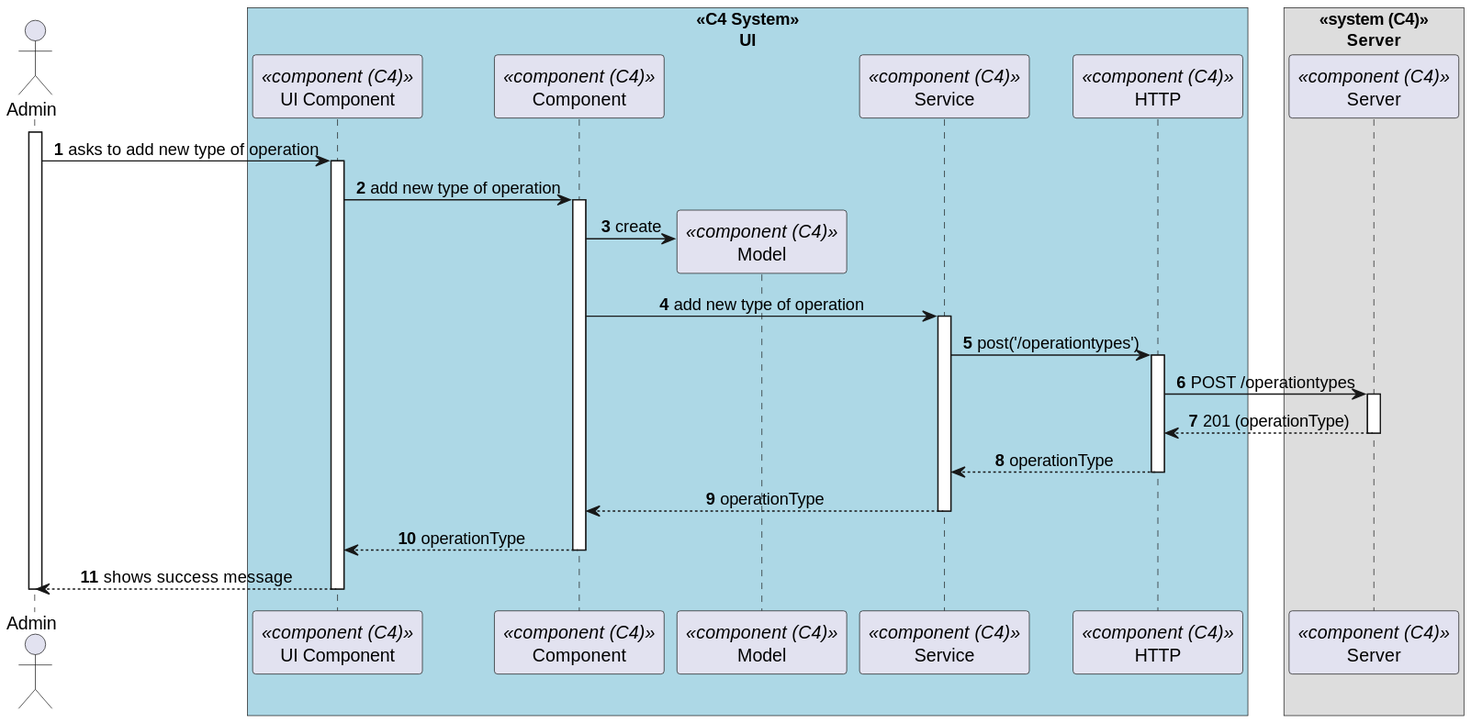
1220846/sem5pi-24-25-3ddg20 keeps this PlantUML diagram as docs/sprint-b/us-6.2.18/views/level3/process-view.svg. Above is the earlier version.
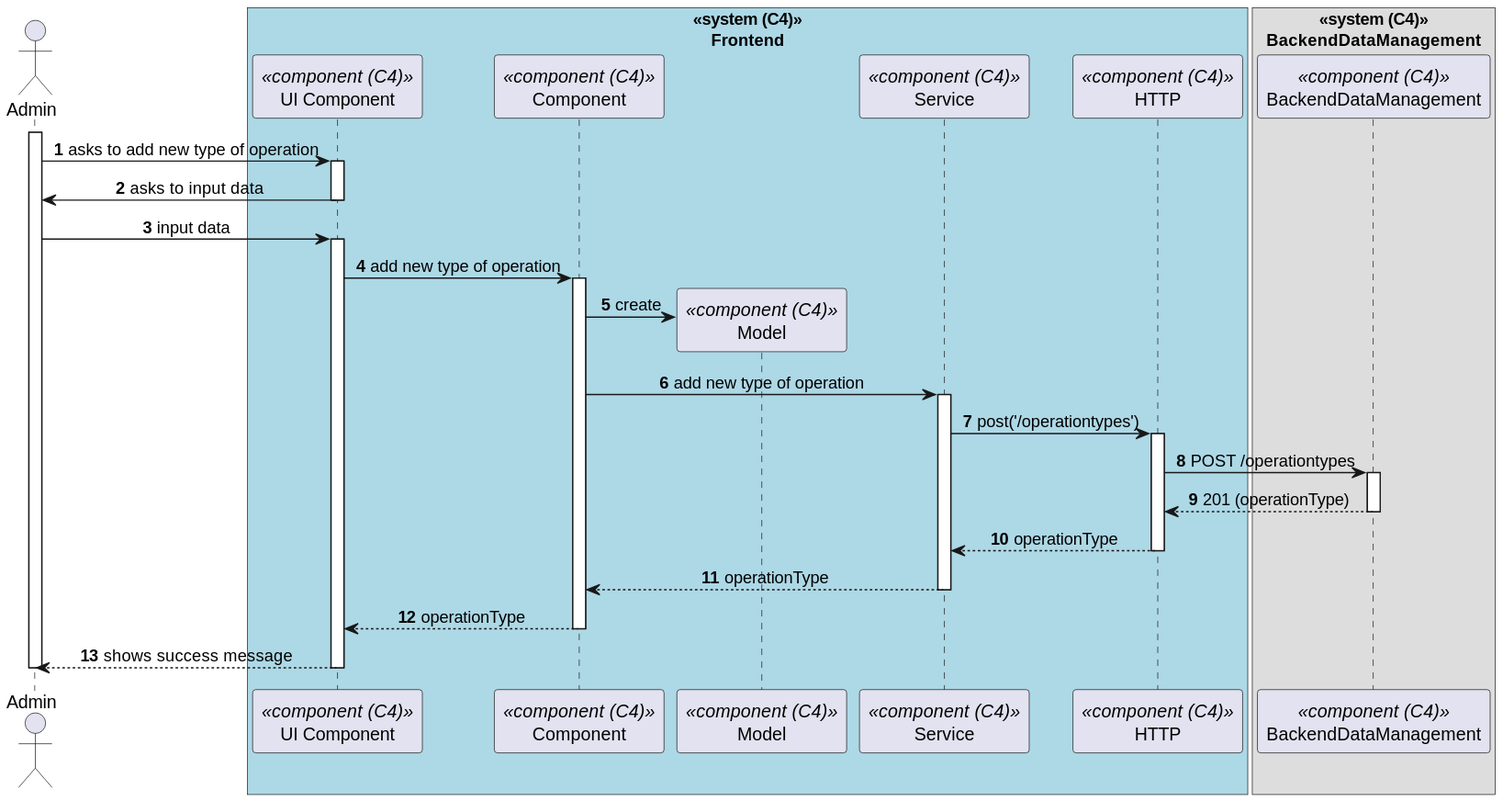
After the commit.

Commit message:
docs: update views level 3 #59

Diff of the diagram source:
```diff
@@ -2,16 +2,16 @@
 autonumber
 skinparam DefaultTextAlignment center
 actor Admin as "Admin"
-box "<<C4 System>>\nUI"#LightBlue
+box "<<system (C4)>>\nFrontend"#LightBlue
     participant ComponentUI as "UI Component" <<component (C4)>>
     participant Component as "Component" <<component (C4)>>
     participant Model as "Model" <<component (C4)>>
-    participant SRV as "Service" <<component (C4)>>
+    participant Service as "Service" <<component (C4)>>
     participant HTTP as "HTTP" <<component (C4)>>
 end box
 
-box "<<system (C4)>>\nServer"
-  participant Server as "Server" <<component (C4)>>
+box "<<system (C4)>>\nBackendDataManagement"
+  participant BackendDataManagement as "BackendDataManagement" <<component (C4)>>
 end box
 
 activate Admin
@@ -19,31 +19,39 @@
     Admin -> ComponentUI : asks to add new type of operation
     activate ComponentUI
 
+        ComponentUI -> Admin : asks to input data
+
+    deactivate ComponentUI
+
+    Admin -> ComponentUI : input data
+
+    activate ComponentUI
+
         ComponentUI -> Component : add new type of operation
         activate Component
 
             Component -> Model** : create
 
-            Component -> SRV : add new type of operation
-            activate SRV
+            Component -> Service : add new type of operation
+            activate Service
 
-                SRV -> HTTP : post('/operationtypes')
+                Service -> HTTP : post('/operationtypes')
 
                 activate HTTP
-                    HTTP -> Server : POST /operationtypes
+                    HTTP -> BackendDataManagement : POST /operationtypes
 
-                    activate Server
+                    activate BackendDataManagement
 
-                        Server --> HTTP : 201 (operationType)
+                        BackendDataManagement --> HTTP : 201 (operationType)
 
-                    deactivate Server
+                    deactivate BackendDataManagement
 
-                    HTTP --> SRV : operationType
+                    HTTP --> Service : operationType
 
                 deactivate HTTP
 
-                SRV --> Component : operationType
-            deactivate SRV
+                Service --> Component : operationType
+            deactivate Service
 
             Component --> ComponentUI : operationType
         deactivate Component
```
